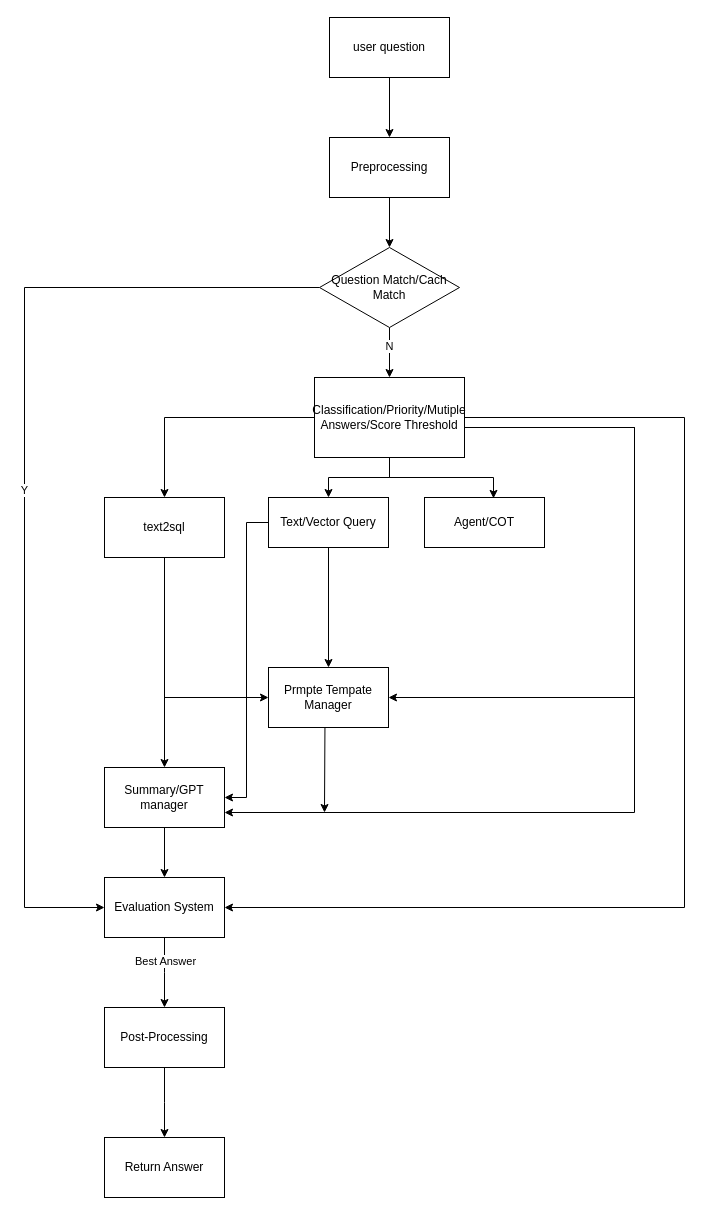
Before: 未命名绘图.drawio in qiutian-patsnap/draw_io, a draw.io diagram. Source tidied: cells renumbered, new cells numbered last; positions are measured from the earlier drawing's top-left corner, leaving out a move shared by most shapes. Both pictures are drawn from the tidied source at 100%, with x=0, y=0 at pixel (24, 17).
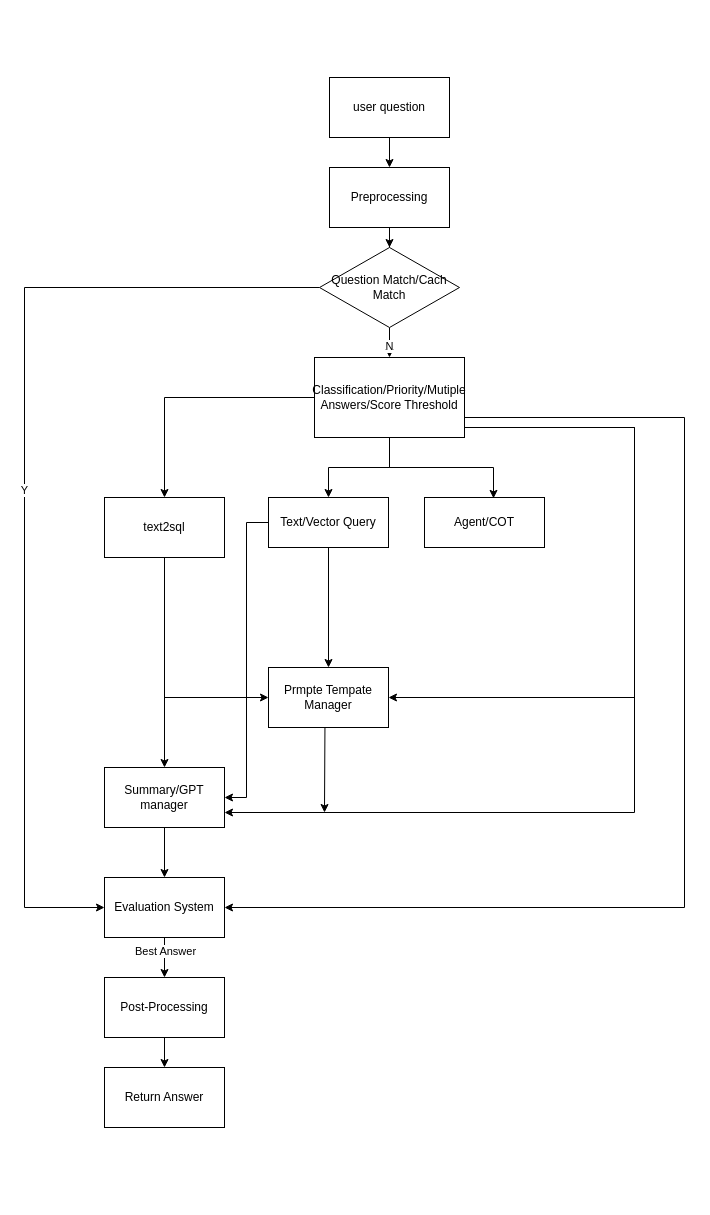
The same diagram, later.

Commit message:
更新未命名绘图.drawio

Unchanged cells that the change refers to:
```xml
<mxCell id="24" value="Evaluation System" style="whiteSpace=wrap;html=1;" parent="1" vertex="1">
  <mxGeometry x="80" y="860" width="120" height="60" as="geometry" />
</mxCell>
```

What changed in the source:
```diff
@@
     <mxCell id="3" value="Preprocessing" style="whiteSpace=wrap;html=1;" parent="1" vertex="1">
-      <mxGeometry x="305" y="120" width="120" height="60" as="geometry" />
+      <mxGeometry x="305" y="150" width="120" height="60" as="geometry" />
     </mxCell>
@@
     <mxCell id="10" value="Classification/Priority/Mutiple Answers/Score Threshold" style="whiteSpace=wrap;html=1;" parent="1" vertex="1">
-      <mxGeometry x="290" y="360" width="150" height="80" as="geometry" />
+      <mxGeometry x="290" y="340" width="150" height="80" as="geometry" />
     </mxCell>
@@
-    <mxCell id="22" style="edgeStyle=orthogonalEdgeStyle;rounded=0;jettySize=auto;html=1;" parent="1" edge="1" source="24">
+    <mxCell id="22" style="edgeStyle=orthogonalEdgeStyle;rounded=0;jettySize=auto;html=1;" parent="1" edge="1" source="26">
       <mxGeometry relative="1" as="geometry">
         <mxPoint x="140" y="990" as="targetPoint" />
       </mxGeometry>
     </mxCell>
-    <mxCell id="23" value="Best Answer" style="edgeLabel;html=1;align=center;verticalAlign=middle;" parent="22" vertex="1">
-      <mxGeometry x="-0.35" relative="1" as="geometry" />
-    </mxCell>
@@
-    <mxCell id="25" style="edgeStyle=orthogonalEdgeStyle;rounded=0;jettySize=auto;html=1;" parent="1" edge="1" source="26">
-      <mxGeometry relative="1" as="geometry">
-        <mxPoint x="140" y="1120" as="targetPoint" />
-      </mxGeometry>
-    </mxCell>
-    <mxCell id="26" value="Post-Processing" style="whiteSpace=wrap;html=1;" parent="1" vertex="1">
-      <mxGeometry x="80" y="990" width="120" height="60" as="geometry" />
-    </mxCell>
-    <mxCell id="27" value="Return Answer" style="whiteSpace=wrap;html=1;" parent="1" vertex="1">
-      <mxGeometry x="80" y="1120" width="120" height="60" as="geometry" />
-    </mxCell>
@@
     <mxCell id="33" value="user question" style="whiteSpace=wrap;html=1;" parent="1" vertex="1">
-      <mxGeometry x="305" width="120" height="60" as="geometry" />
+      <mxGeometry x="305" y="60" width="120" height="60" as="geometry" />
     </mxCell>
+    <mxCell id="34" style="edgeStyle=orthogonalEdgeStyle;rounded=0;jettySize=auto;html=1;" parent="1" edge="1" source="26" target="27">
+      <mxGeometry relative="1" as="geometry" />
+    </mxCell>
+    <mxCell id="27" value="Return Answer" style="whiteSpace=wrap;html=1;" parent="1" vertex="1">
+      <mxGeometry x="80" y="1050" width="120" height="60" as="geometry" />
+    </mxCell>
+    <mxCell id="35" style="edgeStyle=orthogonalEdgeStyle;rounded=0;jettySize=auto;html=1;" parent="1" edge="1" source="24" target="26">
+      <mxGeometry relative="1" as="geometry" />
+    </mxCell>
+    <mxCell id="23" value="Best Answer" style="edgeLabel;html=1;align=center;verticalAlign=middle;" parent="35" vertex="1">
+      <mxGeometry x="-0.35" relative="1" as="geometry" />
+    </mxCell>
+    <mxCell id="26" value="Post-Processing" style="whiteSpace=wrap;html=1;" parent="1" vertex="1">
+      <mxGeometry x="80" y="960" width="120" height="60" as="geometry" />
+    </mxCell>
```
